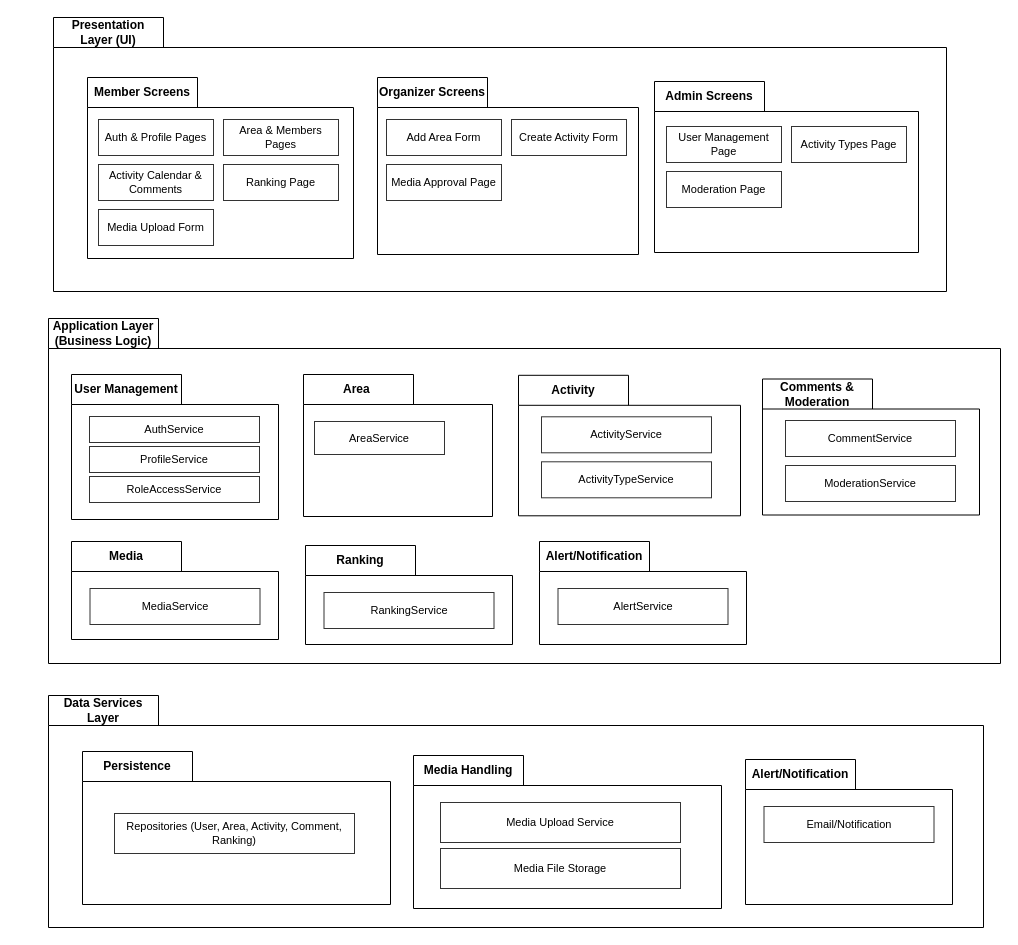
This is artifacts/architecture diagram.drawio from imabuzar/Group14-SC-Project-Fall26, a draw.io file, before an edit. Source tidied: cells renumbered, new cells numbered last; positions are measured from the earlier drawing's top-left corner, leaving out a move shared by most shapes. Both pictures are drawn from the tidied source at 100%, with x=0, y=0 at pixel (48, 17).
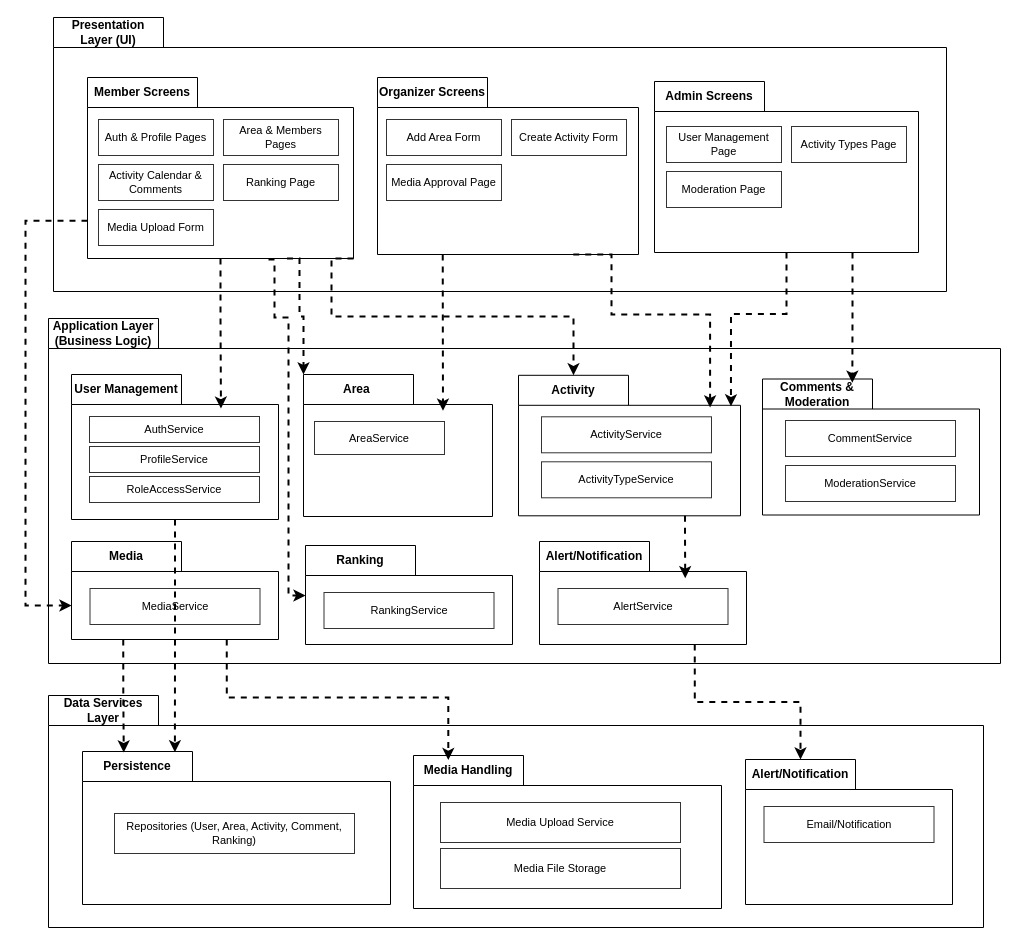
The same diagram, later.

Commit message (it also covers changes not shown here):
Add dependencies to architecture diagram

Unchanged cells that the change refers to:
```xml
<mxCell id="3" value="Member Screens" style="shape=folder;fontStyle=1;tabWidth=110;tabHeight=30;tabPosition=left;html=1;boundedLbl=1;labelInHeader=1;whiteSpace=wrap;" parent="2" vertex="1">
  <mxGeometry x="34" y="60" width="266" height="181" as="geometry" />
</mxCell>
<mxCell id="9" value="Organizer Screens" style="shape=folder;fontStyle=1;tabWidth=110;tabHeight=30;tabPosition=left;html=1;boundedLbl=1;labelInHeader=1;whiteSpace=wrap;" parent="2" vertex="1">
  <mxGeometry x="324" y="60" width="261" height="177" as="geometry" />
</mxCell>
<mxCell id="14" value="Admin Screens" style="shape=folder;fontStyle=1;tabWidth=110;tabHeight=30;tabPosition=left;html=1;boundedLbl=1;labelInHeader=1;whiteSpace=wrap;" parent="2" vertex="1">
  <mxGeometry x="601" y="64" width="264" height="171" as="geometry" />
</mxCell>
<mxCell id="19" value="Application Layer (Business Logic)" style="shape=folder;fontStyle=1;tabWidth=110;tabHeight=30;tabPosition=left;html=1;boundedLbl=1;labelInHeader=1;whiteSpace=wrap;" parent="1" vertex="1">
  <mxGeometry y="301" width="952" height="345" as="geometry" />
</mxCell>
<mxCell id="20" value="User Management" style="shape=folder;fontStyle=1;tabWidth=110;tabHeight=30;tabPosition=left;html=1;boundedLbl=1;labelInHeader=1;whiteSpace=wrap;" parent="19" vertex="1">
  <mxGeometry x="23" y="56" width="207" height="145" as="geometry" />
</mxCell>
<mxCell id="25" value="Area&amp;nbsp;" style="shape=folder;fontStyle=1;tabWidth=110;tabHeight=30;tabPosition=left;html=1;boundedLbl=1;labelInHeader=1;whiteSpace=wrap;" parent="19" vertex="1">
  <mxGeometry x="255" y="56" width="189" height="142" as="geometry" />
</mxCell>
<mxCell id="28" value="Activity" style="shape=folder;fontStyle=1;tabWidth=110;tabHeight=30;tabPosition=left;html=1;boundedLbl=1;labelInHeader=1;whiteSpace=wrap;" parent="19" vertex="1">
  <mxGeometry x="470" y="56.8" width="222" height="140.5" as="geometry" />
</mxCell>
<mxCell id="32" value="Comments &amp;amp; Moderation" style="shape=folder;fontStyle=1;tabWidth=110;tabHeight=30;tabPosition=left;html=1;boundedLbl=1;labelInHeader=1;whiteSpace=wrap;" parent="19" vertex="1">
  <mxGeometry x="714" y="60.5" width="217" height="136" as="geometry" />
</mxCell>
<mxCell id="36" value="Media" style="shape=folder;fontStyle=1;tabWidth=110;tabHeight=30;tabPosition=left;html=1;boundedLbl=1;labelInHeader=1;whiteSpace=wrap;" parent="19" vertex="1">
  <mxGeometry x="23" y="223" width="207" height="98" as="geometry" />
</mxCell>
<mxCell id="39" value="Ranking" style="shape=folder;fontStyle=1;tabWidth=110;tabHeight=30;tabPosition=left;html=1;boundedLbl=1;labelInHeader=1;whiteSpace=wrap;" parent="19" vertex="1">
  <mxGeometry x="257" y="227" width="207" height="99" as="geometry" />
</mxCell>
<mxCell id="42" value="Alert/Notification" style="shape=folder;fontStyle=1;tabWidth=110;tabHeight=30;tabPosition=left;html=1;boundedLbl=1;labelInHeader=1;whiteSpace=wrap;" parent="19" vertex="1">
  <mxGeometry x="491" y="223" width="207" height="103" as="geometry" />
</mxCell>
<mxCell id="46" value="Persistence" style="shape=folder;fontStyle=1;tabWidth=110;tabHeight=30;tabPosition=left;html=1;boundedLbl=1;labelInHeader=1;whiteSpace=wrap;" parent="45" vertex="1">
  <mxGeometry x="34" y="56" width="308" height="153" as="geometry" />
</mxCell>
<mxCell id="49" value="Media Handling" style="shape=folder;fontStyle=1;tabWidth=110;tabHeight=30;tabPosition=left;html=1;boundedLbl=1;labelInHeader=1;whiteSpace=wrap;" parent="45" vertex="1">
  <mxGeometry x="365" y="60" width="308" height="153" as="geometry" />
</mxCell>
<mxCell id="53" value="Alert/Notification" style="shape=folder;fontStyle=1;tabWidth=110;tabHeight=30;tabPosition=left;html=1;boundedLbl=1;labelInHeader=1;whiteSpace=wrap;" parent="45" vertex="1">
  <mxGeometry x="697" y="64" width="207" height="145" as="geometry" />
</mxCell>
```

What changed in the source:
```diff
@@
+    <mxCell id="56" style="edgeStyle=orthogonalEdgeStyle;rounded=0;jettySize=auto;html=1;exitX=0.75;exitY=1;exitDx=0;exitDy=0;exitPerimeter=0;entryX=0.704;entryY=0.356;entryDx=0;entryDy=0;entryPerimeter=0;strokeWidth=2;dashed=1;" parent="19" edge="1" source="28" target="42">
+      <mxGeometry relative="1" as="geometry" />
+    </mxCell>
@@
+    <mxCell id="57" style="edgeStyle=orthogonalEdgeStyle;rounded=0;jettySize=auto;html=1;entryX=0.722;entryY=0.235;entryDx=0;entryDy=0;entryPerimeter=0;strokeWidth=2;dashed=1;" parent="1" edge="1" source="3" target="20">
+      <mxGeometry relative="1" as="geometry" />
+    </mxCell>
+    <mxCell id="58" style="edgeStyle=orthogonalEdgeStyle;rounded=0;jettySize=auto;html=1;exitX=0;exitY=0;exitDx=266;exitDy=181;exitPerimeter=0;entryX=0;entryY=0;entryDx=55;entryDy=0;entryPerimeter=0;dashed=1;strokeWidth=2;" parent="1" edge="1" source="3" target="28">
+      <mxGeometry relative="1" as="geometry">
+        <Array as="points">
+          <mxPoint x="283" y="241" />
+          <mxPoint x="283" y="299" />
+          <mxPoint x="525" y="299" />
+        </Array>
+      </mxGeometry>
+    </mxCell>
+    <mxCell id="59" style="edgeStyle=orthogonalEdgeStyle;rounded=0;jettySize=auto;html=1;exitX=0.75;exitY=1;exitDx=0;exitDy=0;exitPerimeter=0;entryX=0;entryY=0;entryDx=0;entryDy=0;entryPerimeter=0;strokeWidth=2;dashed=1;" parent="1" edge="1" source="3" target="25">
+      <mxGeometry relative="1" as="geometry">
+        <Array as="points">
+          <mxPoint x="251" y="241" />
+          <mxPoint x="251" y="299" />
+          <mxPoint x="255" y="299" />
+        </Array>
+      </mxGeometry>
+    </mxCell>
+    <mxCell id="60" style="edgeStyle=orthogonalEdgeStyle;rounded=0;jettySize=auto;html=1;exitX=0;exitY=0;exitDx=0;exitDy=143.25;exitPerimeter=0;entryX=0;entryY=0;entryDx=0;entryDy=64;entryPerimeter=0;strokeWidth=2;dashed=1;" parent="1" edge="1" source="3" target="36">
+      <mxGeometry relative="1" as="geometry">
+        <Array as="points">
+          <mxPoint x="-23" y="203" />
+          <mxPoint x="-23" y="588" />
+        </Array>
+      </mxGeometry>
+    </mxCell>
+    <mxCell id="61" style="edgeStyle=orthogonalEdgeStyle;rounded=0;jettySize=auto;html=1;exitX=0.75;exitY=1;exitDx=0;exitDy=0;exitPerimeter=0;strokeWidth=2;dashed=1;" parent="1" edge="1" target="39">
+      <mxGeometry relative="1" as="geometry">
+        <mxPoint x="220" y="242" as="sourcePoint" />
+        <Array as="points">
+          <mxPoint x="226" y="242" />
+          <mxPoint x="226" y="300" />
+          <mxPoint x="240" y="300" />
+          <mxPoint x="240" y="578" />
+        </Array>
+      </mxGeometry>
+    </mxCell>
+    <mxCell id="62" style="edgeStyle=orthogonalEdgeStyle;rounded=0;jettySize=auto;html=1;exitX=0.25;exitY=1;exitDx=0;exitDy=0;exitPerimeter=0;entryX=0.738;entryY=0.255;entryDx=0;entryDy=0;entryPerimeter=0;strokeWidth=2;dashed=1;" parent="1" edge="1" source="9" target="25">
+      <mxGeometry relative="1" as="geometry" />
+    </mxCell>
+    <mxCell id="63" style="edgeStyle=orthogonalEdgeStyle;rounded=0;jettySize=auto;html=1;exitX=0.75;exitY=1;exitDx=0;exitDy=0;exitPerimeter=0;entryX=0.863;entryY=0.229;entryDx=0;entryDy=0;entryPerimeter=0;dashed=1;strokeWidth=2;" parent="1" edge="1" source="9" target="28">
+      <mxGeometry relative="1" as="geometry">
+        <Array as="points">
+          <mxPoint x="563" y="237" />
+          <mxPoint x="563" y="297" />
+          <mxPoint x="662" y="297" />
+        </Array>
+      </mxGeometry>
+    </mxCell>
+    <mxCell id="64" style="edgeStyle=orthogonalEdgeStyle;rounded=0;jettySize=auto;html=1;exitX=0.5;exitY=1;exitDx=0;exitDy=0;exitPerimeter=0;entryX=0.957;entryY=0.221;entryDx=0;entryDy=0;entryPerimeter=0;strokeWidth=2;dashed=1;" parent="1" edge="1" source="14" target="28">
+      <mxGeometry relative="1" as="geometry" />
+    </mxCell>
+    <mxCell id="65" style="edgeStyle=orthogonalEdgeStyle;rounded=0;jettySize=auto;html=1;exitX=0.75;exitY=1;exitDx=0;exitDy=0;exitPerimeter=0;entryX=0.414;entryY=0.027;entryDx=0;entryDy=0;entryPerimeter=0;dashed=1;strokeWidth=2;" parent="1" edge="1" source="14" target="32">
+      <mxGeometry relative="1" as="geometry" />
+    </mxCell>
+    <mxCell id="66" style="edgeStyle=orthogonalEdgeStyle;rounded=0;jettySize=auto;html=1;exitX=0.25;exitY=1;exitDx=0;exitDy=0;exitPerimeter=0;entryX=0.134;entryY=0.006;entryDx=0;entryDy=0;entryPerimeter=0;strokeWidth=2;dashed=1;" parent="1" edge="1" source="36" target="46">
+      <mxGeometry relative="1" as="geometry" />
+    </mxCell>
+    <mxCell id="67" style="edgeStyle=orthogonalEdgeStyle;rounded=0;jettySize=auto;html=1;exitX=0.75;exitY=1;exitDx=0;exitDy=0;exitPerimeter=0;entryX=0.113;entryY=0.03;entryDx=0;entryDy=0;entryPerimeter=0;dashed=1;strokeWidth=2;" parent="1" edge="1" source="36" target="49">
+      <mxGeometry relative="1" as="geometry" />
+    </mxCell>
+    <mxCell id="68" style="edgeStyle=orthogonalEdgeStyle;rounded=0;jettySize=auto;html=1;exitX=0.75;exitY=1;exitDx=0;exitDy=0;exitPerimeter=0;entryX=0;entryY=0;entryDx=55;entryDy=0;entryPerimeter=0;strokeWidth=2;dashed=1;" parent="1" edge="1" source="42" target="53">
+      <mxGeometry relative="1" as="geometry" />
+    </mxCell>
+    <mxCell id="69" style="edgeStyle=orthogonalEdgeStyle;rounded=0;jettySize=auto;html=1;exitX=0.5;exitY=1;exitDx=0;exitDy=0;exitPerimeter=0;entryX=0.3;entryY=0.005;entryDx=0;entryDy=0;entryPerimeter=0;strokeWidth=2;dashed=1;" parent="1" edge="1" source="20" target="46">
+      <mxGeometry relative="1" as="geometry" />
+    </mxCell>
```
